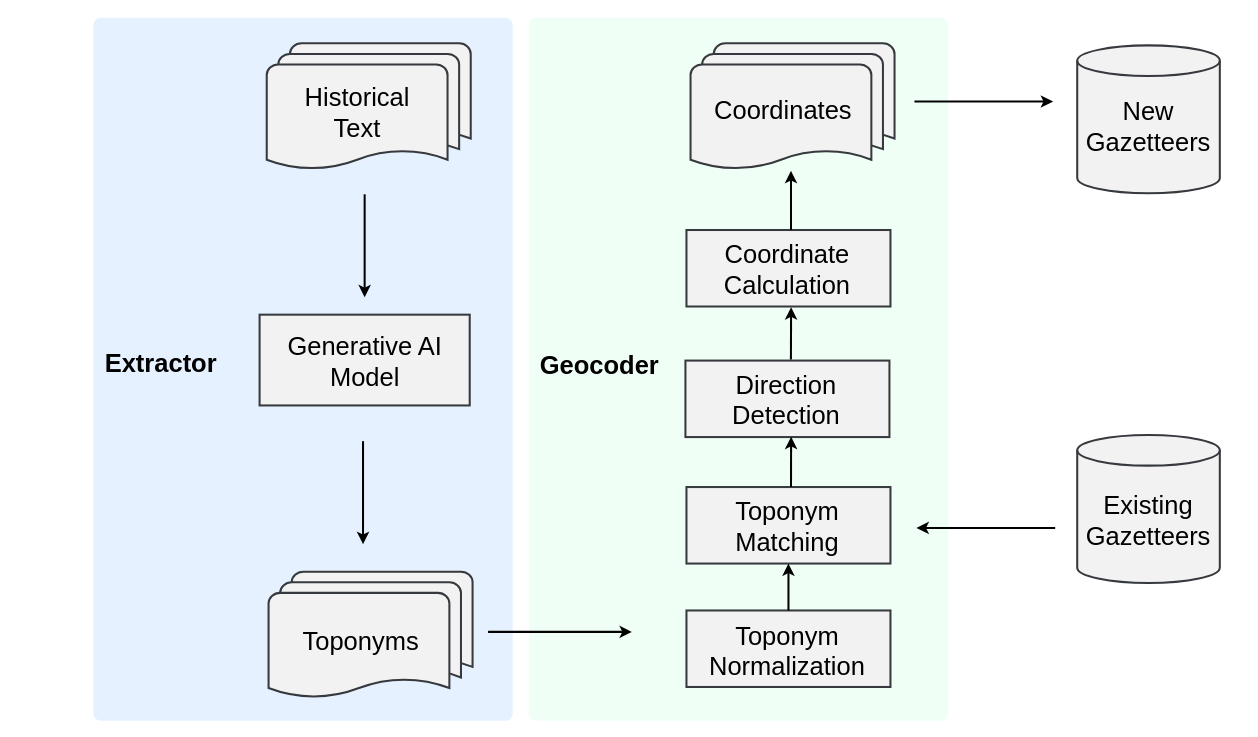
The draw.io diagram figures/workflow.drawio in yukiyuqichen/His-Geo, before the edit. Source tidied: cells renumbered, new cells numbered last; positions are measured from the earlier drawing's top-left corner, leaving out a move shared by most shapes. Both pictures are drawn from the tidied source at 102%, with x=0, y=0 at pixel (17, 17).
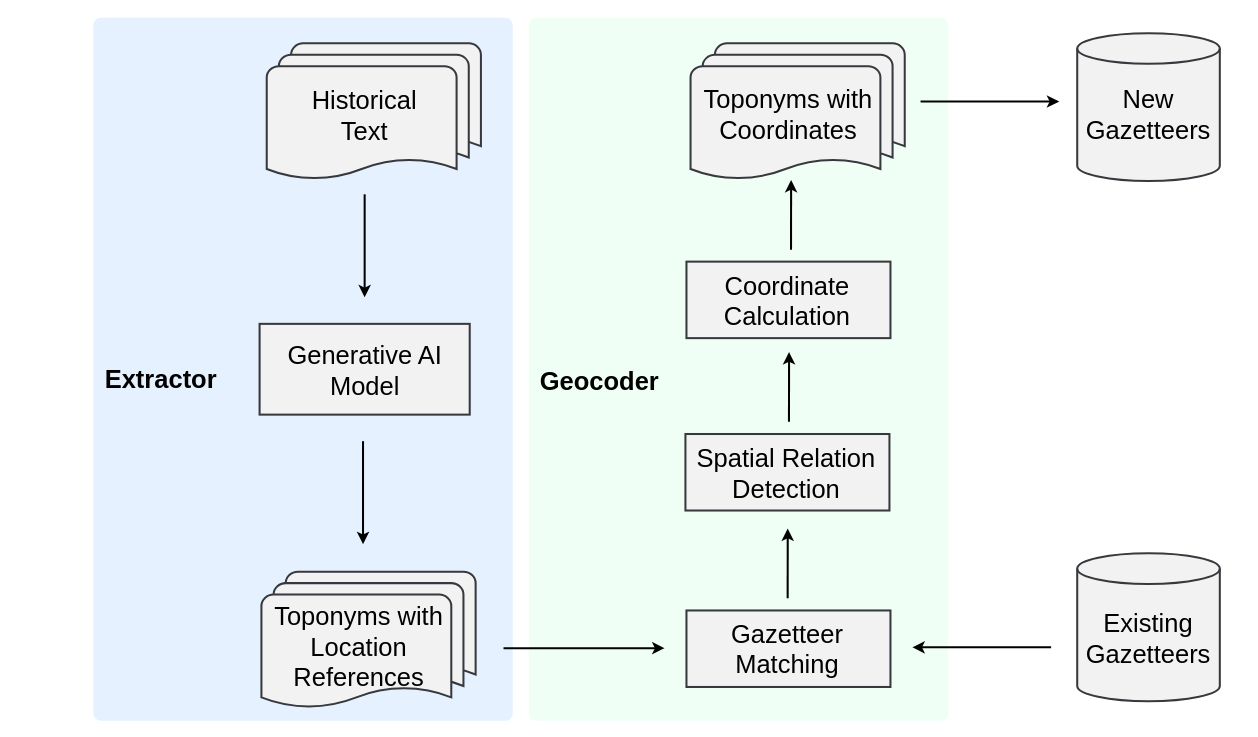
After the change.

Unchanged cells that the change refers to:
```xml
<mxCell id="2" style="rounded=1;whiteSpace=wrap;html=1;absoluteArcSize=1;arcSize=14;strokeWidth=2;fontSize=15;fontColor=#000000;fillColor=#F0FFF6;strokeColor=none;" parent="1" vertex="1">
  <mxGeometry x="501" width="411.2" height="689" as="geometry" />
</mxCell>
<mxCell id="3" style="rounded=1;whiteSpace=wrap;html=1;absoluteArcSize=1;arcSize=14;strokeWidth=2;fontSize=15;fontColor=#000000;fillColor=#E6F1FF;strokeColor=none;" parent="1" vertex="1">
  <mxGeometry x="74" width="411.2" height="689" as="geometry" />
</mxCell>
<mxCell id="21" style="rounded=0;whiteSpace=wrap;html=1;fillColor=#F2F2F2;strokeColor=#36393d;strokeWidth=2;" parent="1" vertex="1">
  <mxGeometry x="655.5" y="581" width="200" height="75" as="geometry" />
</mxCell>
```

Change to the diagram source:
```diff
@@
     <mxCell id="4" style="rounded=0;whiteSpace=wrap;html=1;fillColor=#F2F2F2;strokeColor=#36393d;strokeWidth=2;" parent="1" vertex="1">
-      <mxGeometry x="237" y="291" width="206" height="89" as="geometry" />
+      <mxGeometry x="237" y="300" width="206" height="89" as="geometry" />
     </mxCell>
     <mxCell id="5" style="shape=cylinder3;whiteSpace=wrap;html=1;boundedLbl=1;backgroundOutline=1;size=15;fillColor=#F2F2F2;strokeColor=#36393d;strokeWidth=2;" parent="1" vertex="1">
-      <mxGeometry x="1038.6" y="409" width="139.8" height="145" as="geometry" />
+      <mxGeometry x="1038.6" y="525" width="139.8" height="145" as="geometry" />
     </mxCell>
@@
     <mxCell id="7" style="strokeWidth=2;html=1;shape=mxgraph.flowchart.multi-document;whiteSpace=wrap;fontSize=25;fillColor=#F2F2F2;strokeColor=#36393d;" parent="1" vertex="1">
-      <mxGeometry x="244" y="25" width="200" height="125" as="geometry" />
+      <mxGeometry x="244" y="25" width="210" height="135" as="geometry" />
     </mxCell>
     <mxCell id="8" value="Existing&lt;br&gt;Gazetteers" style="text;html=1;fillColor=none;align=center;verticalAlign=middle;whiteSpace=wrap;rounded=0;fontSize=25;strokeWidth=2;fontColor=#000000;" parent="1" vertex="1">
-      <mxGeometry x="1018" y="465" width="181" height="53" as="geometry" />
+      <mxGeometry x="1018" y="581" width="181" height="53" as="geometry" />
     </mxCell>
     <mxCell id="9" value="Historical &lt;br&gt;Text" style="text;html=1;fillColor=none;align=center;verticalAlign=middle;whiteSpace=wrap;rounded=0;fontSize=25;strokeWidth=2;fontColor=#000000;" parent="1" vertex="1">
-      <mxGeometry x="235" y="65" width="195.5" height="53" as="geometry" />
+      <mxGeometry x="242" y="68" width="195.5" height="53" as="geometry" />
     </mxCell>
     <mxCell id="10" value="Generative AI &lt;br&gt;Model" style="text;html=1;fillColor=none;align=center;verticalAlign=middle;whiteSpace=wrap;rounded=0;fontSize=25;strokeWidth=2;fontColor=#000000;" parent="1" vertex="1">
-      <mxGeometry x="199.5" y="309" width="281" height="53" as="geometry" />
+      <mxGeometry x="199.5" y="318" width="281" height="53" as="geometry" />
     </mxCell>
     <mxCell id="11" value="Extractor" style="text;html=1;fillColor=none;align=center;verticalAlign=middle;whiteSpace=wrap;rounded=0;fontSize=25;strokeWidth=2;fontColor=#000000;fontStyle=1;" parent="1" vertex="1">
-      <mxGeometry y="311" width="281" height="53" as="geometry" />
+      <mxGeometry y="326" width="281" height="53" as="geometry" />
     </mxCell>
     <mxCell id="12" value="Geocoder" style="text;html=1;fillColor=none;align=center;verticalAlign=middle;whiteSpace=wrap;rounded=0;fontSize=25;strokeWidth=2;fontColor=#000000;fontStyle=1;" parent="1" vertex="1">
-      <mxGeometry x="430" y="313" width="281" height="53" as="geometry" />
+      <mxGeometry x="430" y="328" width="281" height="53" as="geometry" />
     </mxCell>
@@
     <mxCell id="14" style="shape=cylinder3;whiteSpace=wrap;html=1;boundedLbl=1;backgroundOutline=1;size=15;fillColor=#F2F2F2;strokeColor=#36393d;strokeWidth=2;" parent="1" vertex="1">
-      <mxGeometry x="1038.6" y="27" width="139.8" height="145" as="geometry" />
+      <mxGeometry x="1038.6" y="15" width="139.8" height="145" as="geometry" />
     </mxCell>
     <mxCell id="15" value="New&lt;br&gt;Gazetteers" style="text;html=1;fillColor=none;align=center;verticalAlign=middle;whiteSpace=wrap;rounded=0;fontSize=25;strokeWidth=2;fontColor=#000000;" parent="1" vertex="1">
-      <mxGeometry x="1018" y="79" width="181" height="53" as="geometry" />
+      <mxGeometry x="1018" y="67" width="181" height="53" as="geometry" />
     </mxCell>
-    <mxCell id="16" style="edgeStyle=none;html=1;fontSize=25;fontColor=#000000;strokeColor=#000000;rounded=0;strokeWidth=2;" parent="1" edge="1">
+    <mxCell id="16" style="edgeStyle=none;html=1;fontSize=25;fontColor=#000000;strokeColor=#000000;rounded=0;strokeWidth=2;exitX=0.978;exitY=0.897;exitDx=0;exitDy=0;exitPerimeter=0;" parent="1" edge="1" source="3">
       <mxGeometry relative="1" as="geometry">
-        <mxPoint x="461" y="602" as="sourcePoint" />
-        <mxPoint x="602" y="602" as="targetPoint" />
+        <mxPoint x="634" y="618" as="targetPoint" />
       </mxGeometry>
     </mxCell>
     <mxCell id="17" style="strokeWidth=2;html=1;shape=mxgraph.flowchart.multi-document;whiteSpace=wrap;fontSize=25;fillColor=#F2F2F2;strokeColor=#36393d;" parent="1" vertex="1">
-      <mxGeometry x="245.8" y="543" width="200" height="125" as="geometry" />
+      <mxGeometry x="238.8" y="543" width="210" height="135" as="geometry" />
     </mxCell>
-    <mxCell id="18" value="Toponyms" style="text;html=1;fillColor=none;align=center;verticalAlign=middle;whiteSpace=wrap;rounded=0;fontSize=25;strokeWidth=2;fontColor=#000000;" parent="1" vertex="1">
-      <mxGeometry x="229.2" y="583" width="215" height="53" as="geometry" />
+    <mxCell id="18" value="Toponyms with&lt;br&gt;Location References" style="text;html=1;fillColor=none;align=center;verticalAlign=middle;whiteSpace=wrap;rounded=0;fontSize=25;strokeWidth=2;fontColor=#000000;" parent="1" vertex="1">
+      <mxGeometry x="227.2" y="589" width="215" height="53" as="geometry" />
     </mxCell>
     <mxCell id="19" style="strokeWidth=2;html=1;shape=mxgraph.flowchart.multi-document;whiteSpace=wrap;fontSize=25;fillColor=#F2F2F2;strokeColor=#36393d;" parent="1" vertex="1">
-      <mxGeometry x="659.5" y="25" width="200" height="125" as="geometry" />
+      <mxGeometry x="659.5" y="25" width="210" height="135" as="geometry" />
     </mxCell>
-    <mxCell id="20" value="Coordinates" style="text;html=1;fillColor=none;align=center;verticalAlign=middle;whiteSpace=wrap;rounded=0;fontSize=25;strokeWidth=2;fontColor=#000000;" parent="1" vertex="1">
-      <mxGeometry x="643" y="63" width="215" height="53" as="geometry" />
+    <mxCell id="20" value="Toponyms with Coordinates" style="text;html=1;fillColor=none;align=center;verticalAlign=middle;whiteSpace=wrap;rounded=0;fontSize=25;strokeWidth=2;fontColor=#000000;" parent="1" vertex="1">
+      <mxGeometry x="648" y="67" width="215" height="53" as="geometry" />
     </mxCell>
@@
-    <mxCell id="22" value="Toponym&lt;br&gt;Normalization" style="text;html=1;fillColor=none;align=center;verticalAlign=middle;whiteSpace=wrap;rounded=0;fontSize=25;strokeWidth=2;fontColor=#000000;" parent="1" vertex="1">
-      <mxGeometry x="664" y="593" width="181" height="53" as="geometry" />
-    </mxCell>
-    <mxCell id="23" style="rounded=0;whiteSpace=wrap;html=1;fillColor=#F2F2F2;strokeColor=#36393d;strokeWidth=2;" parent="1" vertex="1">
-      <mxGeometry x="655.5" y="460" width="200" height="75" as="geometry" />
-    </mxCell>
-    <mxCell id="24" value="Toponym&lt;br&gt;Matching" style="text;html=1;fillColor=none;align=center;verticalAlign=middle;whiteSpace=wrap;rounded=0;fontSize=25;strokeWidth=2;fontColor=#000000;" parent="1" vertex="1">
-      <mxGeometry x="664" y="471" width="181" height="53" as="geometry" />
-    </mxCell>
     <mxCell id="25" style="rounded=0;whiteSpace=wrap;html=1;fillColor=#F2F2F2;strokeColor=#36393d;strokeWidth=2;" parent="1" vertex="1">
-      <mxGeometry x="654.5" y="336" width="200" height="75" as="geometry" />
+      <mxGeometry x="654.5" y="408" width="200" height="75" as="geometry" />
     </mxCell>
-    <mxCell id="26" value="Direction&lt;br&gt;Detection" style="text;html=1;fillColor=none;align=center;verticalAlign=middle;whiteSpace=wrap;rounded=0;fontSize=25;strokeWidth=2;fontColor=#000000;" parent="1" vertex="1">
-      <mxGeometry x="663" y="347" width="181" height="53" as="geometry" />
+    <mxCell id="26" value="Spatial Relation&lt;br&gt;Detection" style="text;html=1;fillColor=none;align=center;verticalAlign=middle;whiteSpace=wrap;rounded=0;fontSize=25;strokeWidth=2;fontColor=#000000;" parent="1" vertex="1">
+      <mxGeometry x="663" y="419" width="181" height="53" as="geometry" />
     </mxCell>
     <mxCell id="27" style="rounded=0;whiteSpace=wrap;html=1;fillColor=#F2F2F2;strokeColor=#36393d;strokeWidth=2;" parent="1" vertex="1">
-      <mxGeometry x="655.5" y="208" width="200" height="75" as="geometry" />
+      <mxGeometry x="655.5" y="239" width="200" height="75" as="geometry" />
     </mxCell>
     <mxCell id="28" value="Coordinate&lt;br&gt;Calculation" style="text;html=1;fillColor=none;align=center;verticalAlign=middle;whiteSpace=wrap;rounded=0;fontSize=25;strokeWidth=2;fontColor=#000000;" parent="1" vertex="1">
-      <mxGeometry x="664" y="219" width="181" height="53" as="geometry" />
+      <mxGeometry x="664" y="250" width="181" height="53" as="geometry" />
     </mxCell>
     <mxCell id="29" style="edgeStyle=none;html=1;fontSize=25;fontColor=#000000;strokeColor=#000000;rounded=0;strokeWidth=2;" parent="1" edge="1">
       <mxGeometry relative="1" as="geometry">
-        <mxPoint x="879" y="82" as="sourcePoint" />
-        <mxPoint x="1015" y="82" as="targetPoint" />
+        <mxPoint x="885" y="82" as="sourcePoint" />
+        <mxPoint x="1021" y="82" as="targetPoint" />
       </mxGeometry>
     </mxCell>
     <mxCell id="30" style="edgeStyle=none;html=1;fontSize=25;fontColor=#000000;strokeColor=#000000;rounded=0;strokeWidth=2;" parent="1" edge="1">
       <mxGeometry relative="1" as="geometry">
-        <mxPoint x="1017" y="500.1" as="sourcePoint" />
-        <mxPoint x="881" y="500.1" as="targetPoint" />
+        <mxPoint x="1013" y="617.1" as="sourcePoint" />
+        <mxPoint x="877" y="617.1" as="targetPoint" />
       </mxGeometry>
     </mxCell>
-    <mxCell id="31" style="edgeStyle=none;html=1;fontSize=25;fontColor=#000000;strokeColor=#000000;rounded=0;strokeWidth=2;exitX=0.625;exitY=0.302;exitDx=0;exitDy=0;exitPerimeter=0;" parent="1" edge="1" source="2">
-      <mxGeometry relative="1" as="geometry">
-        <mxPoint x="758" y="150" as="targetPoint" />
-      </mxGeometry>
-    </mxCell>
-    <mxCell id="32" style="edgeStyle=none;html=1;fontSize=25;fontColor=#000000;strokeColor=#000000;rounded=0;strokeWidth=2;endArrow=classic;endFill=1;exitX=0.517;exitY=-0.014;exitDx=0;exitDy=0;entryX=0.513;entryY=1.009;entryDx=0;entryDy=0;exitPerimeter=0;entryPerimeter=0;" parent="1" edge="1" source="25" target="27">
-      <mxGeometry relative="1" as="geometry" />
+    <mxCell id="32" style="edgeStyle=none;html=1;fontSize=25;fontColor=#000000;strokeColor=#000000;rounded=0;strokeWidth=2;endArrow=classic;endFill=1;entryX=0.513;entryY=1.009;entryDx=0;entryDy=0;entryPerimeter=0;" parent="1" edge="1">
+      <mxGeometry relative="1" as="geometry">
+        <mxPoint x="756" y="396" as="sourcePoint" />
+        <mxPoint x="756.1" y="327.7" as="targetPoint" />
+      </mxGeometry>
     </mxCell>
-    <mxCell id="33" style="edgeStyle=none;html=1;fontSize=25;fontColor=#000000;strokeColor=#000000;rounded=0;strokeWidth=2;endArrow=classic;endFill=1;entryX=0.518;entryY=0.995;entryDx=0;entryDy=0;entryPerimeter=0;" parent="1" edge="1" target="25">
-      <mxGeometry relative="1" as="geometry">
-        <mxPoint x="758" y="460" as="sourcePoint" />
-      </mxGeometry>
-    </mxCell>
-    <mxCell id="34" style="edgeStyle=none;html=1;fontSize=25;fontColor=#000000;strokeColor=#000000;rounded=0;strokeWidth=2;endArrow=classic;endFill=1;exitX=0.5;exitY=0;exitDx=0;exitDy=0;entryX=0.5;entryY=1;entryDx=0;entryDy=0;" parent="1" edge="1" source="21" target="23">
-      <mxGeometry relative="1" as="geometry" />
-    </mxCell>
+    <mxCell id="35" value="Gazetteer&lt;br&gt;Matching" style="text;html=1;fillColor=none;align=center;verticalAlign=middle;whiteSpace=wrap;rounded=0;fontSize=25;strokeWidth=2;fontColor=#000000;" parent="1" vertex="1">
+      <mxGeometry x="664" y="591" width="181" height="53" as="geometry" />
+    </mxCell>
+    <mxCell id="36" style="edgeStyle=none;html=1;fontSize=25;fontColor=#000000;strokeColor=#000000;rounded=0;strokeWidth=2;endArrow=classic;endFill=1;entryX=0.513;entryY=1.009;entryDx=0;entryDy=0;entryPerimeter=0;" parent="1" edge="1">
+      <mxGeometry relative="1" as="geometry">
+        <mxPoint x="758" y="227.3" as="sourcePoint" />
+        <mxPoint x="758.1" y="159" as="targetPoint" />
+      </mxGeometry>
+    </mxCell>
+    <mxCell id="37" style="edgeStyle=none;html=1;fontSize=25;fontColor=#000000;strokeColor=#000000;rounded=0;strokeWidth=2;endArrow=classic;endFill=1;entryX=0.513;entryY=1.009;entryDx=0;entryDy=0;entryPerimeter=0;" parent="1" edge="1">
+      <mxGeometry relative="1" as="geometry">
+        <mxPoint x="754.7" y="569" as="sourcePoint" />
+        <mxPoint x="754.8" y="500.7" as="targetPoint" />
+      </mxGeometry>
+    </mxCell>
```
